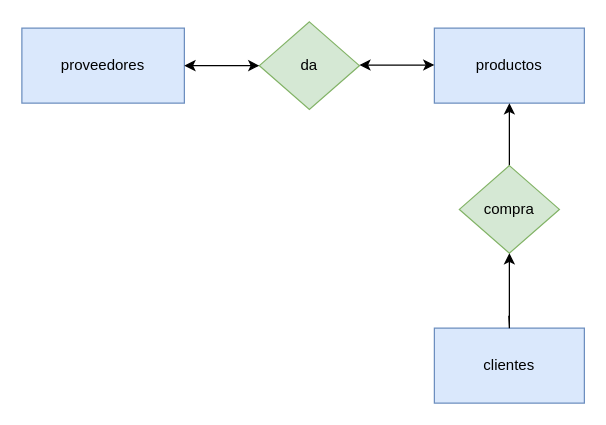
Earlier version of the draw.io diagram Unidad-1/Tareas./Tarea-1/Diagrama sin título.drawio (mdiogc/base-datos). Source tidied: cells renumbered, new cells numbered last; positions are measured from the earlier drawing's top-left corner, leaving out a move shared by most shapes. Both pictures are drawn from the tidied source at 125%, with x=0, y=0 at pixel (21, 21).
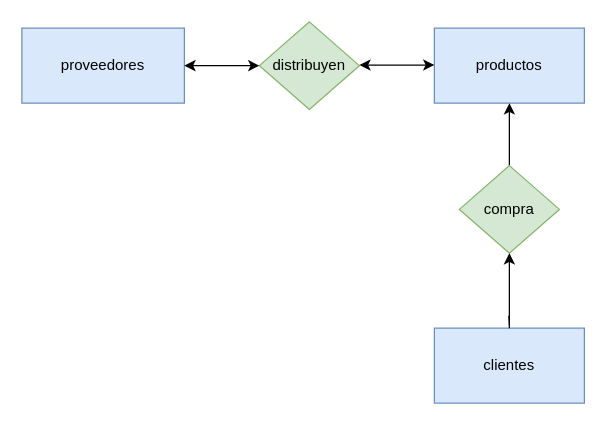
Above is the later version.

Diff of the diagram source:
```diff
@@
 <mxGraphModel>
   <root>
     <mxCell id="0" />
     <mxCell id="1" parent="0" />
     <mxCell id="2" value="proveedores" style="rounded=0;whiteSpace=wrap;html=1;fillColor=#dae8fc;strokeColor=#6c8ebf;" parent="1" vertex="1">
       <mxGeometry y="5" width="130" height="60" as="geometry" />
     </mxCell>
     <mxCell id="3" value="clientes" style="rounded=0;whiteSpace=wrap;html=1;fillColor=#dae8fc;strokeColor=#6c8ebf;" parent="1" vertex="1">
       <mxGeometry x="330" y="245" width="120" height="60" as="geometry" />
     </mxCell>
     <mxCell id="4" value="productos" style="rounded=0;whiteSpace=wrap;html=1;fillColor=#dae8fc;strokeColor=#6c8ebf;" parent="1" vertex="1">
       <mxGeometry x="330" y="5" width="120" height="60" as="geometry" />
     </mxCell>
-    <mxCell id="5" value="da" style="rhombus;whiteSpace=wrap;html=1;fillColor=#d5e8d4;strokeColor=#82b366;" parent="1" vertex="1">
+    <mxCell id="5" value="distribuyen" style="rhombus;whiteSpace=wrap;html=1;fillColor=#d5e8d4;strokeColor=#82b366;" parent="1" vertex="1">
       <mxGeometry x="190" width="80" height="70" as="geometry" />
     </mxCell>
     <mxCell id="6" style="edgeStyle=orthogonalEdgeStyle;rounded=0;jettySize=auto;html=1;exitX=0.5;exitY=0;exitDx=0;exitDy=0;entryX=0.5;entryY=1;entryDx=0;entryDy=0;" parent="1" edge="1" source="7" target="4">
       <mxGeometry relative="1" as="geometry" />
     </mxCell>
     <mxCell id="7" value="compra" style="rhombus;whiteSpace=wrap;html=1;fillColor=#d5e8d4;strokeColor=#82b366;" parent="1" vertex="1">
       <mxGeometry x="350" y="115" width="80" height="70" as="geometry" />
     </mxCell>
     <mxCell id="8" style="endArrow=classic;startArrow=classic;html=1;rounded=0;exitX=1;exitY=0.5;exitDx=0;exitDy=0;" parent="1" edge="1" source="2" target="5">
       <mxGeometry relative="1" as="geometry" />
     </mxCell>
     <mxCell id="9" style="endArrow=classic;startArrow=classic;html=1;rounded=0;exitX=1;exitY=0.5;exitDx=0;exitDy=0;" parent="1" edge="1">
       <mxGeometry relative="1" as="geometry">
         <mxPoint x="270" y="34.5" as="sourcePoint" />
         <mxPoint x="330" y="34.5" as="targetPoint" />
         <Array as="points">
           <mxPoint x="310" y="34.5" />
         </Array>
       </mxGeometry>
     </mxCell>
     <mxCell id="10" style="endArrow=classic;html=1;rounded=0;" parent="1" edge="1">
       <mxGeometry relative="1" as="geometry">
         <mxPoint x="389.5" y="235" as="sourcePoint" />
         <mxPoint x="390" y="185" as="targetPoint" />
         <Array as="points">
           <mxPoint x="390" y="245" />
         </Array>
       </mxGeometry>
     </mxCell>
   </root>
 </mxGraphModel>
```
